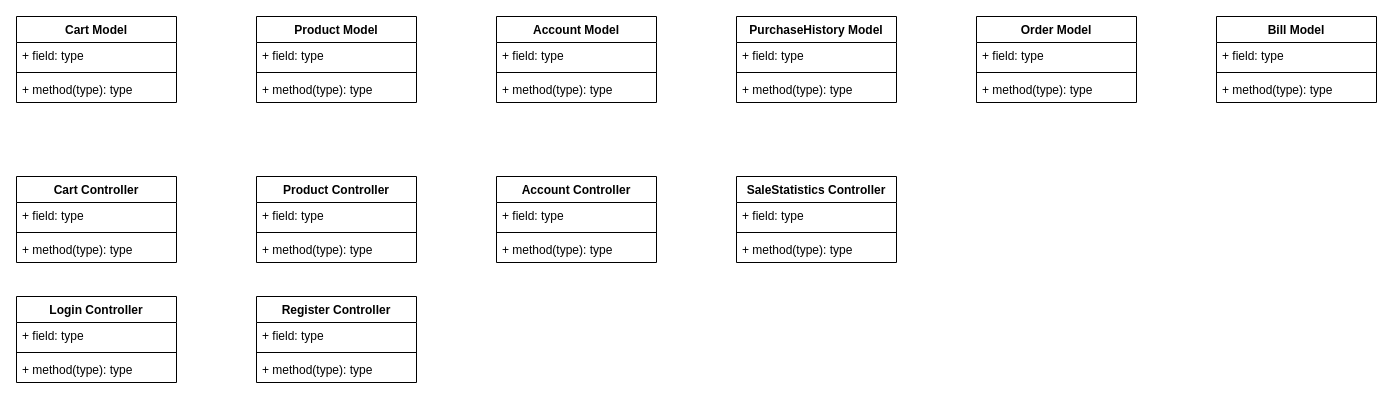
EdgarIgnite16/SGU-Course keeps this draw.io diagram as Nam3_HK1/CNPM_SoftTech/SơĐồClass.drawio. Above is the earlier version. Source tidied: cells renumbered, new cells numbered last; positions are measured from the earlier drawing's top-left corner, leaving out a move shared by most shapes. Both pictures are drawn from the tidied source at 100%, with x=0, y=0 at pixel (16, 16).
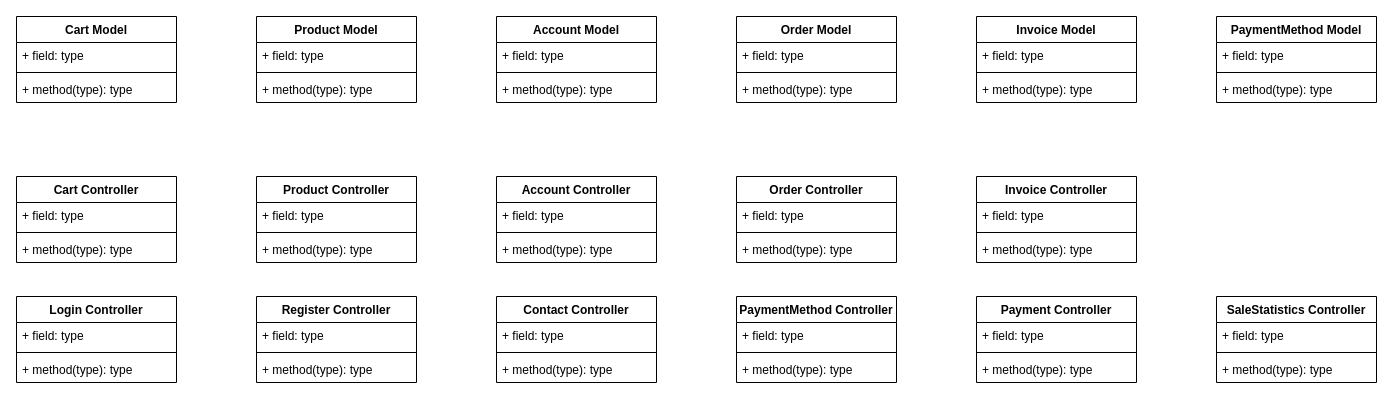
The same diagram, later.

Change to the diagram source:
```diff
@@
-    <mxCell id="26" value="PurchaseHistory Model" style="swimlane;fontStyle=1;align=center;verticalAlign=top;horizontal=1;startSize=26;" parent="1" vertex="1">
-      <mxGeometry x="720" width="160" height="86" as="geometry" />
-    </mxCell>
-    <mxCell id="27" value="+ field: type" style="text;strokeColor=none;fillColor=none;align=left;verticalAlign=top;spacingLeft=4;spacingRight=4;overflow=hidden;" parent="26" vertex="1">
-      <mxGeometry y="26" width="160" height="26" as="geometry" />
-    </mxCell>
-    <mxCell id="28" style="line;strokeWidth=1;fillColor=none;align=left;verticalAlign=middle;spacingTop=-1;spacingLeft=3;spacingRight=3;labelPosition=right;" parent="26" vertex="1">
-      <mxGeometry y="52" width="160" height="8" as="geometry" />
-    </mxCell>
-    <mxCell id="29" value="+ method(type): type" style="text;strokeColor=none;fillColor=none;align=left;verticalAlign=top;spacingLeft=4;spacingRight=4;overflow=hidden;" parent="26" vertex="1">
-      <mxGeometry y="60" width="160" height="26" as="geometry" />
-    </mxCell>
     <mxCell id="30" value="Order Model" style="swimlane;fontStyle=1;align=center;verticalAlign=top;horizontal=1;startSize=26;" parent="1" vertex="1">
-      <mxGeometry x="960" width="160" height="86" as="geometry" />
+      <mxGeometry x="720" width="160" height="86" as="geometry" />
     </mxCell>
@@
-    <mxCell id="34" value="Bill Model" style="swimlane;fontStyle=1;align=center;verticalAlign=top;horizontal=1;startSize=26;" parent="1" vertex="1">
-      <mxGeometry x="1200" width="160" height="86" as="geometry" />
+    <mxCell id="34" value="Invoice Model" style="swimlane;fontStyle=1;align=center;verticalAlign=top;horizontal=1;startSize=26;" parent="1" vertex="1">
+      <mxGeometry x="960" width="160" height="86" as="geometry" />
     </mxCell>
@@
     <mxCell id="38" value="SaleStatistics Controller" style="swimlane;fontStyle=1;align=center;verticalAlign=top;horizontal=1;startSize=26;" parent="1" vertex="1">
-      <mxGeometry x="720" y="160" width="160" height="86" as="geometry" />
+      <mxGeometry x="1200" y="280" width="160" height="86" as="geometry" />
     </mxCell>
@@
+    <mxCell id="50" value="Contact Controller" style="swimlane;fontStyle=1;align=center;verticalAlign=top;horizontal=1;startSize=26;" parent="1" vertex="1">
+      <mxGeometry x="480" y="280" width="160" height="86" as="geometry" />
+    </mxCell>
+    <mxCell id="51" value="+ field: type" style="text;strokeColor=none;fillColor=none;align=left;verticalAlign=top;spacingLeft=4;spacingRight=4;overflow=hidden;" parent="50" vertex="1">
+      <mxGeometry y="26" width="160" height="26" as="geometry" />
+    </mxCell>
+    <mxCell id="52" style="line;strokeWidth=1;fillColor=none;align=left;verticalAlign=middle;spacingTop=-1;spacingLeft=3;spacingRight=3;labelPosition=right;" parent="50" vertex="1">
+      <mxGeometry y="52" width="160" height="8" as="geometry" />
+    </mxCell>
+    <mxCell id="53" value="+ method(type): type" style="text;strokeColor=none;fillColor=none;align=left;verticalAlign=top;spacingLeft=4;spacingRight=4;overflow=hidden;" parent="50" vertex="1">
+      <mxGeometry y="60" width="160" height="26" as="geometry" />
+    </mxCell>
+    <mxCell id="54" value="PaymentMethod Model" style="swimlane;fontStyle=1;align=center;verticalAlign=top;horizontal=1;startSize=26;" parent="1" vertex="1">
+      <mxGeometry x="1200" width="160" height="86" as="geometry" />
+    </mxCell>
+    <mxCell id="55" value="+ field: type" style="text;strokeColor=none;fillColor=none;align=left;verticalAlign=top;spacingLeft=4;spacingRight=4;overflow=hidden;" parent="54" vertex="1">
+      <mxGeometry y="26" width="160" height="26" as="geometry" />
+    </mxCell>
+    <mxCell id="56" style="line;strokeWidth=1;fillColor=none;align=left;verticalAlign=middle;spacingTop=-1;spacingLeft=3;spacingRight=3;labelPosition=right;" parent="54" vertex="1">
+      <mxGeometry y="52" width="160" height="8" as="geometry" />
+    </mxCell>
+    <mxCell id="57" value="+ method(type): type" style="text;strokeColor=none;fillColor=none;align=left;verticalAlign=top;spacingLeft=4;spacingRight=4;overflow=hidden;" parent="54" vertex="1">
+      <mxGeometry y="60" width="160" height="26" as="geometry" />
+    </mxCell>
+    <mxCell id="58" value="PaymentMethod Controller" style="swimlane;fontStyle=1;align=center;verticalAlign=top;horizontal=1;startSize=26;" parent="1" vertex="1">
+      <mxGeometry x="720" y="280" width="160" height="86" as="geometry" />
+    </mxCell>
+    <mxCell id="59" value="+ field: type" style="text;strokeColor=none;fillColor=none;align=left;verticalAlign=top;spacingLeft=4;spacingRight=4;overflow=hidden;" parent="58" vertex="1">
+      <mxGeometry y="26" width="160" height="26" as="geometry" />
+    </mxCell>
+    <mxCell id="60" style="line;strokeWidth=1;fillColor=none;align=left;verticalAlign=middle;spacingTop=-1;spacingLeft=3;spacingRight=3;labelPosition=right;" parent="58" vertex="1">
+      <mxGeometry y="52" width="160" height="8" as="geometry" />
+    </mxCell>
+    <mxCell id="61" value="+ method(type): type" style="text;strokeColor=none;fillColor=none;align=left;verticalAlign=top;spacingLeft=4;spacingRight=4;overflow=hidden;" parent="58" vertex="1">
+      <mxGeometry y="60" width="160" height="26" as="geometry" />
+    </mxCell>
+    <mxCell id="62" value="Payment Controller" style="swimlane;fontStyle=1;align=center;verticalAlign=top;horizontal=1;startSize=26;" parent="1" vertex="1">
+      <mxGeometry x="960" y="280" width="160" height="86" as="geometry" />
+    </mxCell>
+    <mxCell id="63" value="+ field: type" style="text;strokeColor=none;fillColor=none;align=left;verticalAlign=top;spacingLeft=4;spacingRight=4;overflow=hidden;" parent="62" vertex="1">
+      <mxGeometry y="26" width="160" height="26" as="geometry" />
+    </mxCell>
+    <mxCell id="64" style="line;strokeWidth=1;fillColor=none;align=left;verticalAlign=middle;spacingTop=-1;spacingLeft=3;spacingRight=3;labelPosition=right;" parent="62" vertex="1">
+      <mxGeometry y="52" width="160" height="8" as="geometry" />
+    </mxCell>
+    <mxCell id="65" value="+ method(type): type" style="text;strokeColor=none;fillColor=none;align=left;verticalAlign=top;spacingLeft=4;spacingRight=4;overflow=hidden;" parent="62" vertex="1">
+      <mxGeometry y="60" width="160" height="26" as="geometry" />
+    </mxCell>
+    <mxCell id="66" value="Invoice Controller" style="swimlane;fontStyle=1;align=center;verticalAlign=top;horizontal=1;startSize=26;" parent="1" vertex="1">
+      <mxGeometry x="960" y="160" width="160" height="86" as="geometry" />
+    </mxCell>
+    <mxCell id="67" value="+ field: type" style="text;strokeColor=none;fillColor=none;align=left;verticalAlign=top;spacingLeft=4;spacingRight=4;overflow=hidden;" parent="66" vertex="1">
+      <mxGeometry y="26" width="160" height="26" as="geometry" />
+    </mxCell>
+    <mxCell id="68" style="line;strokeWidth=1;fillColor=none;align=left;verticalAlign=middle;spacingTop=-1;spacingLeft=3;spacingRight=3;labelPosition=right;" parent="66" vertex="1">
+      <mxGeometry y="52" width="160" height="8" as="geometry" />
+    </mxCell>
+    <mxCell id="69" value="+ method(type): type" style="text;strokeColor=none;fillColor=none;align=left;verticalAlign=top;spacingLeft=4;spacingRight=4;overflow=hidden;" parent="66" vertex="1">
+      <mxGeometry y="60" width="160" height="26" as="geometry" />
+    </mxCell>
+    <mxCell id="70" value="Order Controller" style="swimlane;fontStyle=1;align=center;verticalAlign=top;horizontal=1;startSize=26;" parent="1" vertex="1">
+      <mxGeometry x="720" y="160" width="160" height="86" as="geometry" />
+    </mxCell>
+    <mxCell id="71" value="+ field: type" style="text;strokeColor=none;fillColor=none;align=left;verticalAlign=top;spacingLeft=4;spacingRight=4;overflow=hidden;" parent="70" vertex="1">
+      <mxGeometry y="26" width="160" height="26" as="geometry" />
+    </mxCell>
+    <mxCell id="72" style="line;strokeWidth=1;fillColor=none;align=left;verticalAlign=middle;spacingTop=-1;spacingLeft=3;spacingRight=3;labelPosition=right;" parent="70" vertex="1">
+      <mxGeometry y="52" width="160" height="8" as="geometry" />
+    </mxCell>
+    <mxCell id="73" value="+ method(type): type" style="text;strokeColor=none;fillColor=none;align=left;verticalAlign=top;spacingLeft=4;spacingRight=4;overflow=hidden;" parent="70" vertex="1">
+      <mxGeometry y="60" width="160" height="26" as="geometry" />
+    </mxCell>
```
